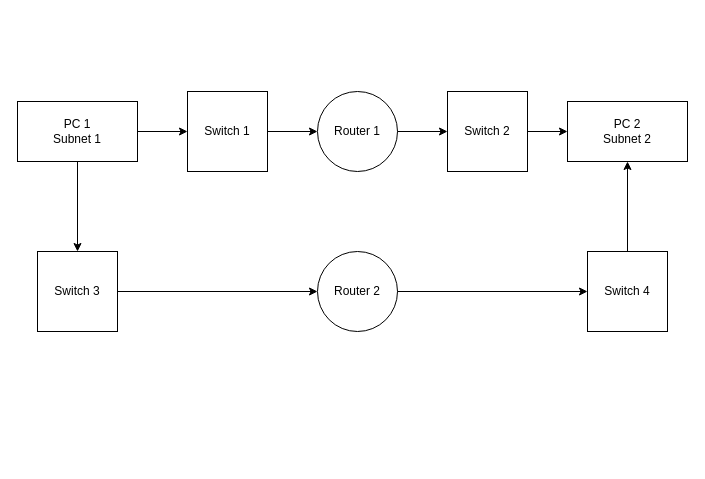
JustusvonderBeek/master-thesis-scripts-and-measures keeps this draw.io diagram as resources/Mininet_Setup.drawio. Above is the earlier version. Source tidied: cells renumbered, new cells numbered last; positions are measured from the earlier drawing's top-left corner, leaving out a move shared by most shapes. Both pictures are drawn from the tidied source at 100%, with x=0, y=0 at pixel (17, 91).
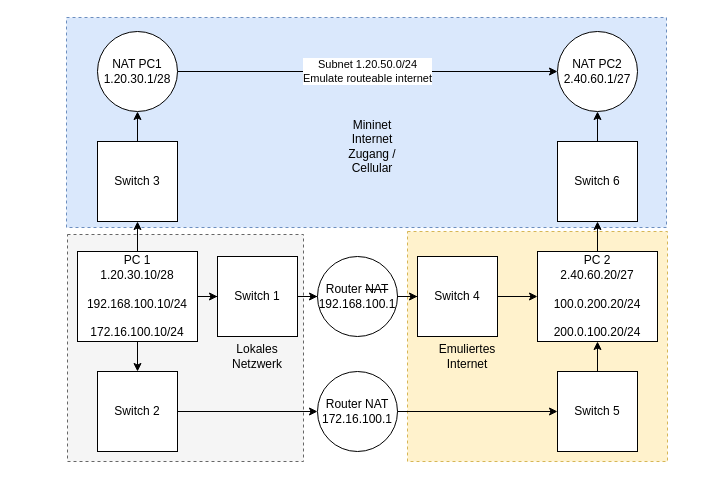
The same diagram, later.

Diff of the diagram source:
```diff
@@
+    <mxCell id="18" style="rounded=0;whiteSpace=wrap;html=1;fillColor=#dae8fc;strokeColor=#6c8ebf;dashed=1;" parent="1" vertex="1">
+      <mxGeometry x="49" y="-74" width="600" height="210" as="geometry" />
+    </mxCell>
+    <mxCell id="19" style="rounded=0;whiteSpace=wrap;html=1;fillColor=#fff2cc;strokeColor=#d6b656;dashed=1;" parent="1" vertex="1">
+      <mxGeometry x="390" y="140" width="260" height="230" as="geometry" />
+    </mxCell>
+    <mxCell id="20" style="rounded=0;whiteSpace=wrap;html=1;fillColor=#f5f5f5;fontColor=#333333;strokeColor=#666666;dashed=1;" parent="1" vertex="1">
+      <mxGeometry x="50" y="143" width="236" height="227" as="geometry" />
+    </mxCell>
@@
+    <mxCell id="21" style="edgeStyle=orthogonalEdgeStyle;rounded=0;jettySize=auto;html=1;" parent="1" edge="1" source="3" target="24">
+      <mxGeometry relative="1" as="geometry" />
+    </mxCell>
-    <mxCell id="3" value="PC 1&lt;br&gt;&lt;div&gt;Subnet 1&lt;/div&gt;" style="rounded=0;whiteSpace=wrap;html=1;" parent="1" vertex="1">
-      <mxGeometry y="10" width="120" height="60" as="geometry" />
+    <mxCell id="3" value="&lt;div&gt;PC 1&lt;/div&gt;&lt;div&gt;1.20.30.10/28&lt;/div&gt;&lt;div&gt;&lt;br&gt;&lt;/div&gt;&lt;div&gt;192.168.100.10/24&lt;/div&gt;&lt;div&gt;&lt;br&gt;&lt;/div&gt;&lt;div&gt;172.16.100.10/24&lt;br&gt;&lt;/div&gt;" style="rounded=0;whiteSpace=wrap;html=1;" parent="1" vertex="1">
+      <mxGeometry x="60" y="160" width="120" height="90" as="geometry" />
     </mxCell>
@@
     <mxCell id="6" value="Switch 1" style="whiteSpace=wrap;html=1;" parent="1" vertex="1">
-      <mxGeometry x="170" width="80" height="80" as="geometry" />
+      <mxGeometry x="200" y="165" width="80" height="80" as="geometry" />
     </mxCell>
@@
-    <mxCell id="8" value="Router 1" style="ellipse;whiteSpace=wrap;html=1;" parent="1" vertex="1">
-      <mxGeometry x="300" width="80" height="80" as="geometry" />
+    <mxCell id="8" value="Router &lt;strike&gt;NAT&lt;/strike&gt;&lt;br&gt;192.168.100.1" style="ellipse;whiteSpace=wrap;html=1;" parent="1" vertex="1">
+      <mxGeometry x="300" y="165" width="80" height="80" as="geometry" />
     </mxCell>
+    <mxCell id="22" style="edgeStyle=orthogonalEdgeStyle;rounded=0;jettySize=auto;html=1;" parent="1" edge="1" source="9" target="28">
+      <mxGeometry relative="1" as="geometry" />
+    </mxCell>
-    <mxCell id="9" value="&lt;div&gt;PC 2&lt;/div&gt;&lt;div&gt;Subnet 2&lt;br&gt;&lt;/div&gt;" style="whiteSpace=wrap;html=1;" parent="1" vertex="1">
-      <mxGeometry x="550" y="10" width="120" height="60" as="geometry" />
+    <mxCell id="9" value="&lt;div&gt;PC 2&lt;/div&gt;&lt;div&gt;2.40.60.20/27&lt;/div&gt;&lt;div&gt;&lt;br&gt;&lt;/div&gt;&lt;div&gt;100.0.200.20/24&lt;br&gt;&lt;/div&gt;&lt;div&gt;&lt;br&gt;&lt;/div&gt;&lt;div&gt;200.0.100.20/24&lt;br&gt;&lt;/div&gt;" style="whiteSpace=wrap;html=1;" parent="1" vertex="1">
+      <mxGeometry x="520" y="160" width="120" height="90" as="geometry" />
     </mxCell>
@@
-    <mxCell id="11" value="Switch 2" style="whiteSpace=wrap;html=1;" parent="1" vertex="1">
-      <mxGeometry x="430" width="80" height="80" as="geometry" />
+    <mxCell id="11" value="Switch 4" style="whiteSpace=wrap;html=1;" parent="1" vertex="1">
+      <mxGeometry x="400" y="165" width="80" height="80" as="geometry" />
     </mxCell>
@@
-    <mxCell id="13" value="Router 2" style="ellipse;whiteSpace=wrap;html=1;rounded=0;" parent="1" vertex="1">
-      <mxGeometry x="300" y="160" width="80" height="80" as="geometry" />
+    <mxCell id="13" value="&lt;div&gt;Router NAT&lt;br&gt;&lt;/div&gt;&lt;div&gt;172.16.100.1&lt;br&gt;&lt;/div&gt;" style="ellipse;whiteSpace=wrap;html=1;rounded=0;" parent="1" vertex="1">
+      <mxGeometry x="300" y="280" width="80" height="80" as="geometry" />
     </mxCell>
@@
-    <mxCell id="15" value="Switch 3" style="whiteSpace=wrap;html=1;" parent="1" vertex="1">
-      <mxGeometry x="20" y="160" width="80" height="80" as="geometry" />
+    <mxCell id="15" value="Switch 2" style="whiteSpace=wrap;html=1;" parent="1" vertex="1">
+      <mxGeometry x="80" y="280" width="80" height="80" as="geometry" />
     </mxCell>
@@
-    <mxCell id="17" value="Switch 4" style="whiteSpace=wrap;html=1;" parent="1" vertex="1">
-      <mxGeometry x="570" y="160" width="80" height="80" as="geometry" />
+    <mxCell id="17" value="Switch 5" style="whiteSpace=wrap;html=1;" parent="1" vertex="1">
+      <mxGeometry x="540" y="280" width="80" height="80" as="geometry" />
     </mxCell>
+    <mxCell id="23" style="edgeStyle=orthogonalEdgeStyle;rounded=0;jettySize=auto;html=1;" parent="1" edge="1" source="24" target="26">
+      <mxGeometry relative="1" as="geometry" />
+    </mxCell>
+    <mxCell id="24" value="Switch 3" style="whiteSpace=wrap;html=1;" parent="1" vertex="1">
+      <mxGeometry x="80" y="50" width="80" height="80" as="geometry" />
+    </mxCell>
+    <mxCell id="25" value="&lt;div&gt;Subnet 1.20.50.0/24&lt;/div&gt;Emulate routeable internet" style="edgeStyle=orthogonalEdgeStyle;rounded=0;jettySize=auto;html=1;entryX=0;entryY=0.5;entryDx=0;entryDy=0;" parent="1" edge="1" source="26" target="29">
+      <mxGeometry relative="1" as="geometry" />
+    </mxCell>
+    <mxCell id="26" value="NAT PC1&lt;br&gt;1.20.30.1/28" style="ellipse;whiteSpace=wrap;html=1;" parent="1" vertex="1">
+      <mxGeometry x="80" y="-60" width="80" height="80" as="geometry" />
+    </mxCell>
+    <mxCell id="27" style="edgeStyle=orthogonalEdgeStyle;rounded=0;jettySize=auto;html=1;" parent="1" edge="1" source="28" target="29">
+      <mxGeometry relative="1" as="geometry" />
+    </mxCell>
+    <mxCell id="28" value="Switch 6" style="whiteSpace=wrap;html=1;" parent="1" vertex="1">
+      <mxGeometry x="540" y="50" width="80" height="80" as="geometry" />
+    </mxCell>
+    <mxCell id="29" value="NAT PC2&lt;br&gt;2.40.60.1/27" style="ellipse;whiteSpace=wrap;html=1;" parent="1" vertex="1">
+      <mxGeometry x="540" y="-60" width="80" height="80" as="geometry" />
+    </mxCell>
+    <mxCell id="30" value="Lokales Netzwerk" style="text;html=1;strokeColor=none;fillColor=none;align=center;verticalAlign=middle;whiteSpace=wrap;rounded=0;" parent="1" vertex="1">
+      <mxGeometry x="210" y="250" width="60" height="30" as="geometry" />
+    </mxCell>
+    <mxCell id="31" value="Emuliertes Internet" style="text;html=1;strokeColor=none;fillColor=none;align=center;verticalAlign=middle;whiteSpace=wrap;rounded=0;" parent="1" vertex="1">
+      <mxGeometry x="420" y="250" width="60" height="30" as="geometry" />
+    </mxCell>
+    <mxCell id="32" value="Mininet Internet Zugang / Cellular" style="text;html=1;strokeColor=none;fillColor=none;align=center;verticalAlign=middle;whiteSpace=wrap;rounded=0;" parent="1" vertex="1">
+      <mxGeometry x="325" y="40" width="60" height="30" as="geometry" />
+    </mxCell>
```
